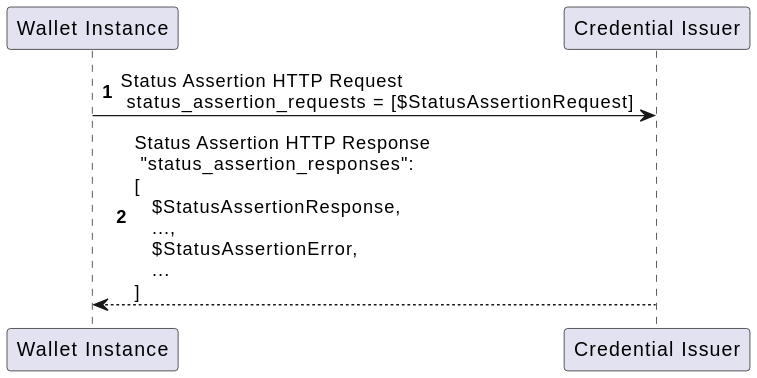
Earlier version of the PlantUML export images/High-Level-Flow-Status-Assertion-Request.svg (italia/eid-wallet-it-docs).
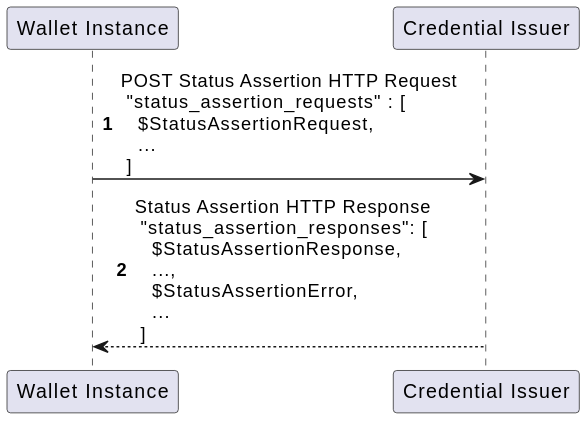
After the change.

What changed in the source:
```diff
@@ -3,8 +3,8 @@
 participant "Wallet Instance" as wi
 participant "Credential Issuer" as i
 
-wi -> i: Status Assertion HTTP Request \n status_assertion_requests = [$StatusAssertionRequest]
+wi -> i: POST Status Assertion HTTP Request \n "status_assertion_requests" : [\n   $StatusAssertionRequest,\n   ...\n ]
 
 
-i --> wi: Status Assertion HTTP Response \n "status_assertion_responses": \n[\n   $StatusAssertionResponse,\n   ...,\n   $StatusAssertionError,\n   ...\n]
+i --> wi: Status Assertion HTTP Response \n "status_assertion_responses": [\n   $StatusAssertionResponse,\n   ...,\n   $StatusAssertionError,\n   ...\n ]
 @enduml
```
